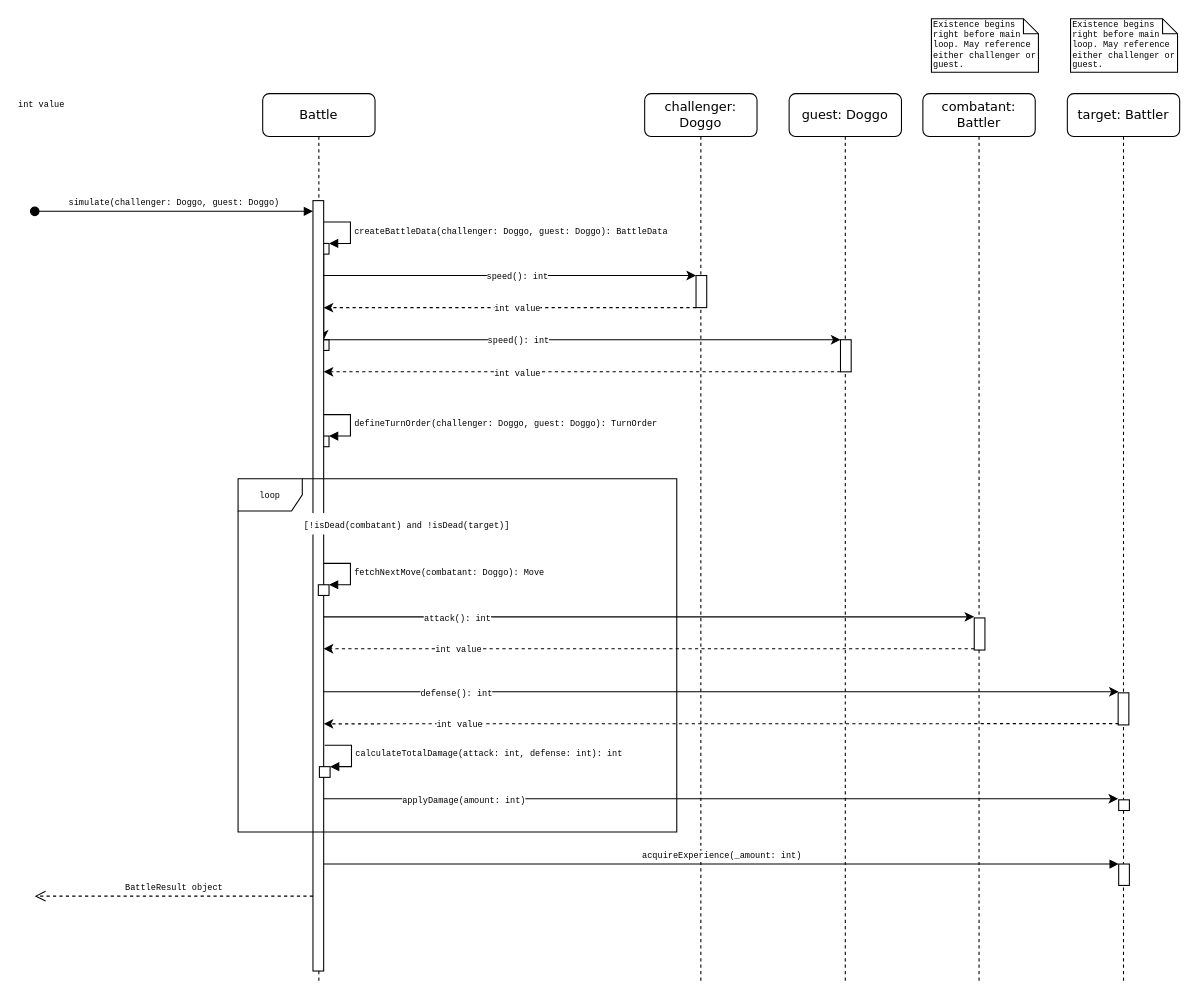
This is diagrams/DoggoChain - simulate SD.drawio from JPTIZ/doggochain, a draw.io file, before an edit. Source tidied: cells renumbered, new cells numbered last; positions are measured from the earlier drawing's top-left corner, leaving out a move shared by most shapes. Both pictures are drawn from the tidied source at 107%, with x=0, y=0 at pixel (34, 18).
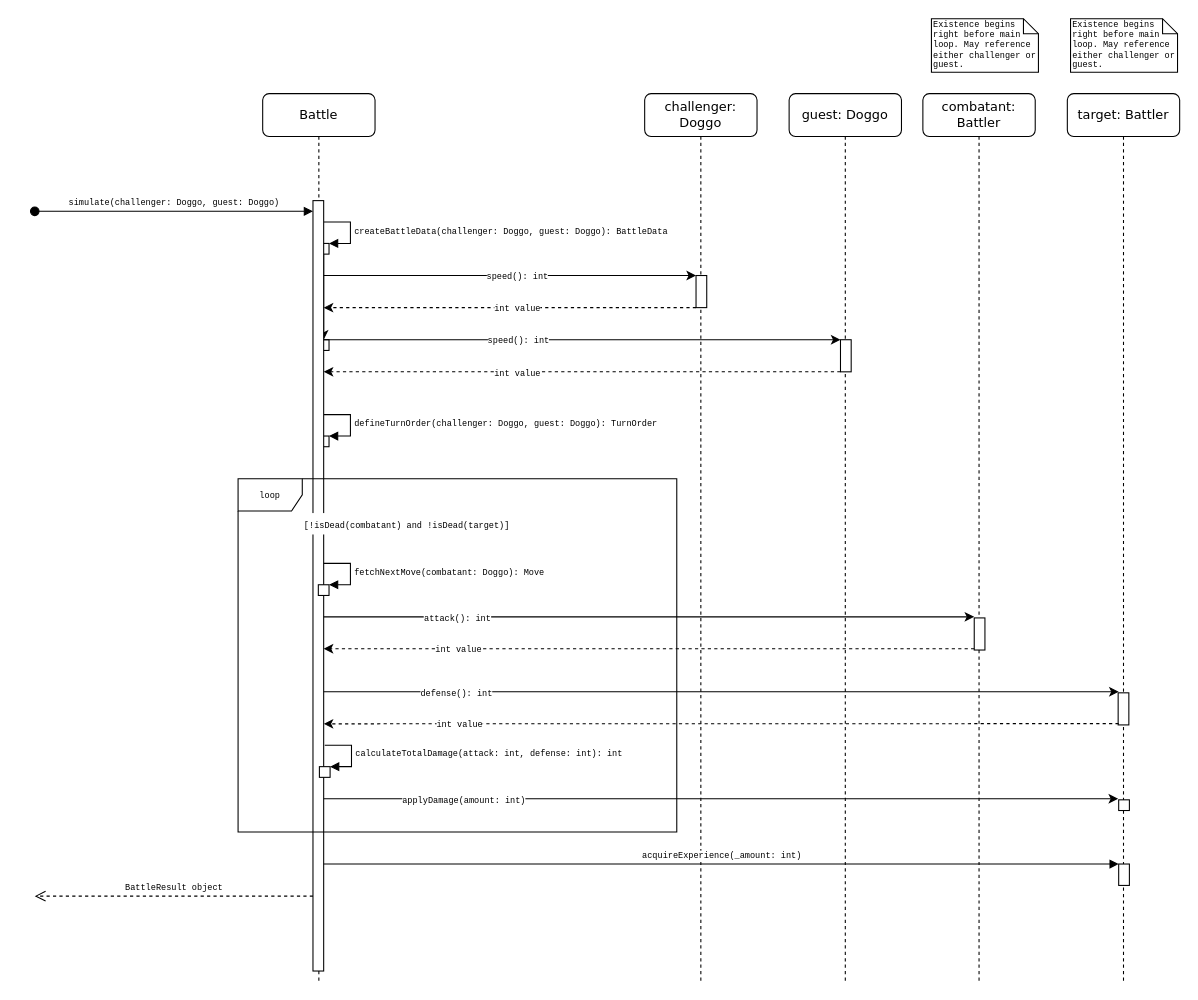
After the change.

Change to the diagram source:
```diff
@@
-    <mxCell id="28" value="&lt;div&gt;int value&lt;/div&gt;" style="text;html=1;align=center;verticalAlign=middle;labelBackgroundColor=#ffffff;fontSize=8;fontFamily=Courier New;" parent="1" vertex="1">
-      <mxGeometry x="-0.06" y="1" relative="1" as="geometry">
-        <mxPoint x="5.5" y="79" as="offset" />
-      </mxGeometry>
-    </mxCell>
```
